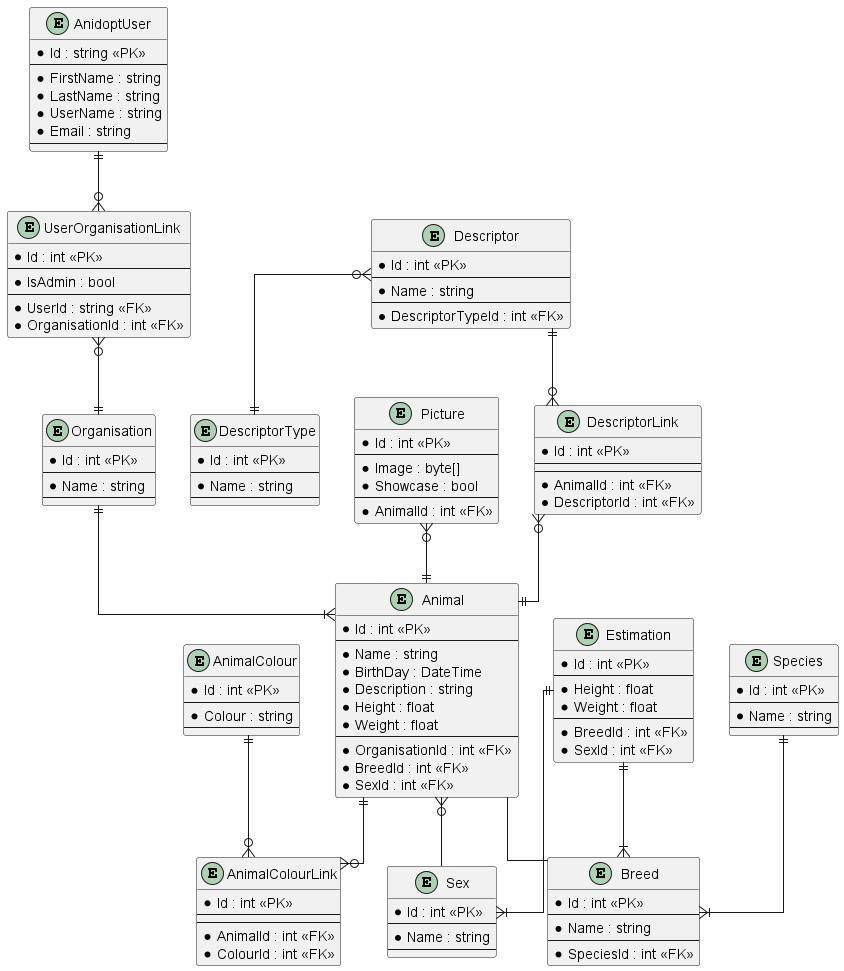
The PlantUML diagram Diagrams/db.png in aidan-bailey/Anidopt, before a commit.
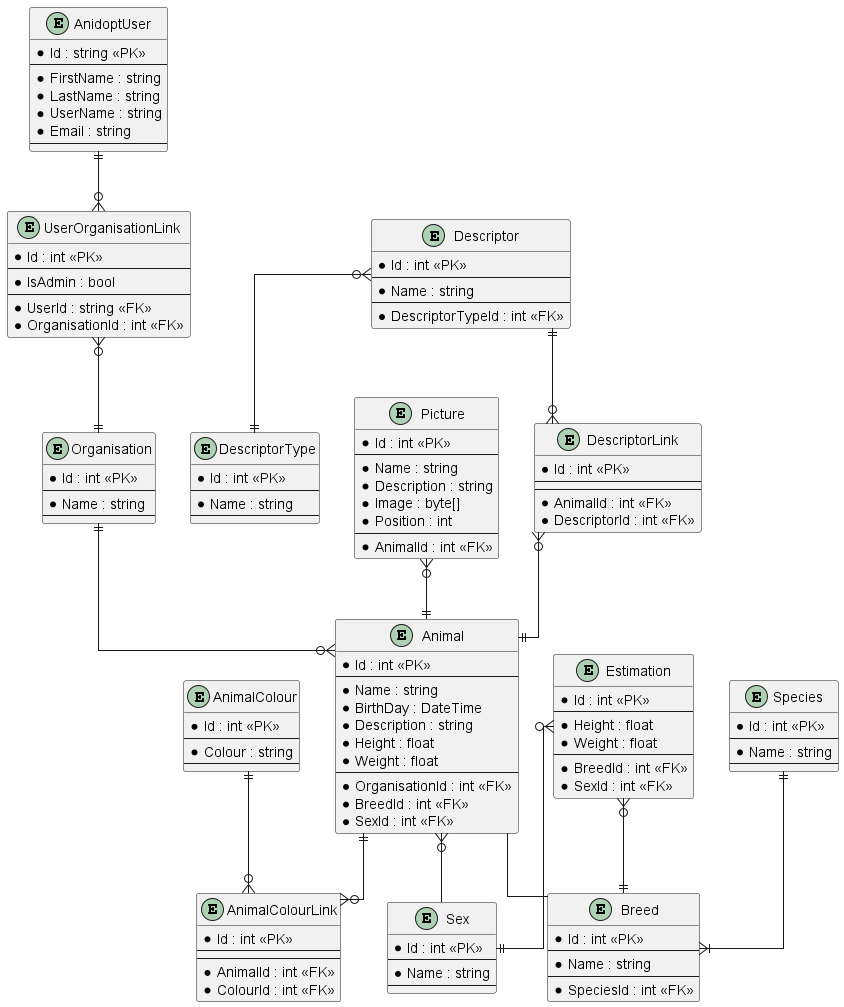
Later version of the same file.

What changed in the source:
```diff
@@ -81,8 +81,10 @@
 entity Picture {
     *Id : int <<PK>>
     --
+    *Name : string
+    *Description : string
     *Image : byte[]
-    *Showcase : bool
+    *Position : int
     --
     *AnimalId : int <<FK>>
 }
@@ -112,13 +114,13 @@
 Animal -- Breed
 Animal }o-- Sex
 Species ||--|{ Breed
-Organisation ||--|{ Animal
+Organisation ||--o{ Animal
 AnimalColour ||--o{ AnimalColourLink
 Animal ||--o{ AnimalColourLink
 Picture }o--|| Animal
 Descriptor ||--o{ DescriptorLink
 Descriptor }o--|| DescriptorType
 DescriptorLink }o--|| Animal
-Estimation ||--|{ Sex
-Estimation ||--|{ Breed
+Estimation }o--|| Sex
+Estimation }o--|| Breed
 @enduml
```
